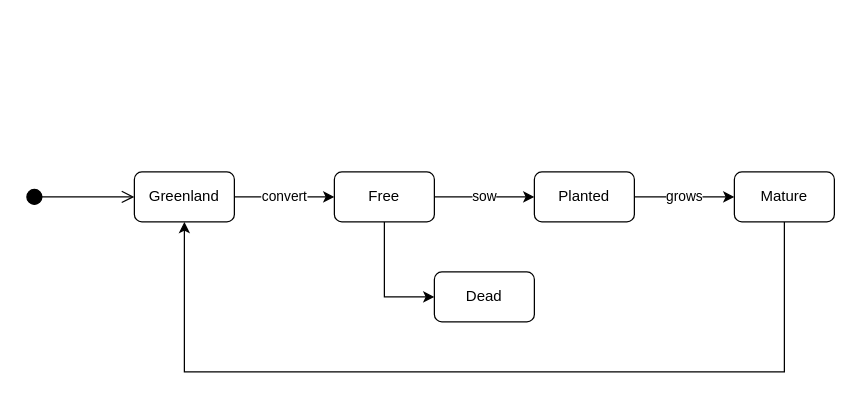
The draw.io diagram Tiles.drawio in JakobKrug/DrawIO, before the edit. Source tidied: cells renumbered, new cells numbered last; positions are measured from the earlier drawing's top-left corner, leaving out a move shared by most shapes. Both pictures are drawn from the tidied source at 125%, with x=0, y=0 at pixel (21, 171).
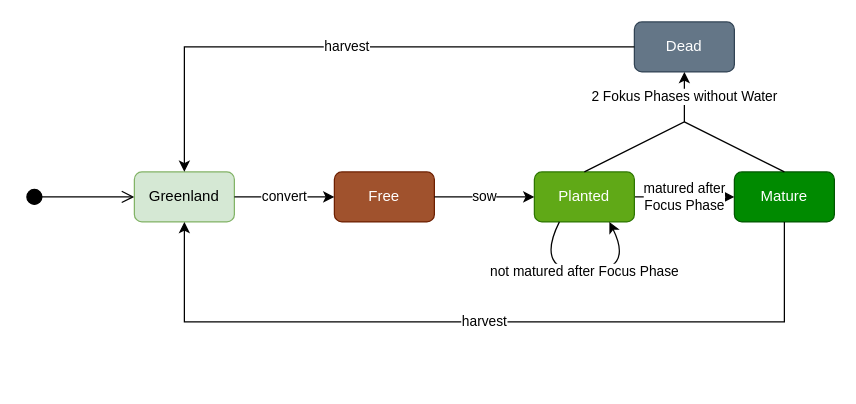
The same page after the edit.

The edit, as a diff of the source:
```diff
@@
-    <mxCell id="4" value="Greenland" style="rounded=1;whiteSpace=wrap;html=1;" parent="1" vertex="1">
+    <mxCell id="4" value="Greenland" style="rounded=1;whiteSpace=wrap;html=1;fillColor=#d5e8d4;strokeColor=#82b366;" parent="1" vertex="1">
       <mxGeometry x="90" width="80" height="40" as="geometry" />
     </mxCell>
-    <mxCell id="5" value="Free" style="rounded=1;whiteSpace=wrap;html=1;" parent="1" vertex="1">
+    <mxCell id="5" value="Free" style="rounded=1;whiteSpace=wrap;html=1;fillColor=#a0522d;fontColor=#ffffff;strokeColor=#6D1F00;" parent="1" vertex="1">
       <mxGeometry x="250" width="80" height="40" as="geometry" />
     </mxCell>
-    <mxCell id="6" value="Mature" style="rounded=1;whiteSpace=wrap;html=1;" parent="1" vertex="1">
+    <mxCell id="6" value="Mature" style="rounded=1;whiteSpace=wrap;html=1;fillColor=#008a00;fontColor=#ffffff;strokeColor=#005700;" parent="1" vertex="1">
       <mxGeometry x="570" width="80" height="40" as="geometry" />
     </mxCell>
@@
-    <mxCell id="8" value="grows" style="endArrow=classic;html=1;rounded=0;exitX=1;exitY=0.5;exitDx=0;exitDy=0;entryX=0;entryY=0.5;entryDx=0;entryDy=0;" parent="1" edge="1" source="9" target="6">
+    <mxCell id="8" value="matured after&lt;br&gt;Focus Phase" style="endArrow=classic;html=1;rounded=0;exitX=1;exitY=0.5;exitDx=0;exitDy=0;entryX=0;entryY=0.5;entryDx=0;entryDy=0;" parent="1" edge="1" source="9" target="6">
       <mxGeometry relative="1" as="geometry" />
     </mxCell>
-    <mxCell id="9" value="Planted" style="rounded=1;whiteSpace=wrap;html=1;" parent="1" vertex="1">
+    <mxCell id="9" value="Planted" style="rounded=1;whiteSpace=wrap;html=1;fillColor=#60a917;fontColor=#ffffff;strokeColor=#2D7600;" parent="1" vertex="1">
       <mxGeometry x="410" width="80" height="40" as="geometry" />
     </mxCell>
@@
-    <mxCell id="11" style="endArrow=classic;html=1;rounded=0;exitX=0.5;exitY=1;exitDx=0;exitDy=0;entryX=0.5;entryY=1;entryDx=0;entryDy=0;" parent="1" edge="1" source="6" target="4">
+    <mxCell id="11" value="harvest" style="endArrow=classic;html=1;rounded=0;exitX=0.5;exitY=1;exitDx=0;exitDy=0;entryX=0.5;entryY=1;entryDx=0;entryDy=0;" parent="1" edge="1" source="6" target="4">
       <mxGeometry relative="1" as="geometry">
         <Array as="points">
-          <mxPoint x="610" y="160" />
-          <mxPoint x="130" y="160" />
+          <mxPoint x="610" y="120" />
+          <mxPoint x="130" y="120" />
         </Array>
       </mxGeometry>
     </mxCell>
-    <mxCell id="12" value="Dead" style="rounded=1;whiteSpace=wrap;html=1;" parent="1" vertex="1">
-      <mxGeometry x="330" y="80" width="80" height="40" as="geometry" />
+    <mxCell id="12" value="Dead" style="rounded=1;whiteSpace=wrap;html=1;fillColor=#647687;fontColor=#ffffff;strokeColor=#314354;" parent="1" vertex="1">
+      <mxGeometry x="490" y="-120" width="80" height="40" as="geometry" />
     </mxCell>
-    <mxCell id="13" style="endArrow=classic;html=1;rounded=0;exitX=0.5;exitY=1;exitDx=0;exitDy=0;entryX=0;entryY=0.5;entryDx=0;entryDy=0;" parent="1" edge="1" source="5" target="12">
-      <mxGeometry relative="1" as="geometry">
-        <Array as="points">
-          <mxPoint x="290" y="100" />
-        </Array>
-      </mxGeometry>
-    </mxCell>
+    <mxCell id="14" value="2 Fokus Phases without Water" style="endArrow=classic;html=1;rounded=0;exitX=0.5;exitY=0;exitDx=0;exitDy=0;entryX=0.5;entryY=1;entryDx=0;entryDy=0;" parent="1" edge="1" source="9" target="12">
+      <mxGeometry x="0.69" relative="1" as="geometry">
+        <Array as="points">
+          <mxPoint x="530" y="-40" />
+        </Array>
+      </mxGeometry>
+    </mxCell>
+    <mxCell id="15" style="endArrow=none;html=1;rounded=0;entryX=0.5;entryY=0;entryDx=0;entryDy=0;" parent="1" edge="1" target="6">
+      <mxGeometry relative="1" as="geometry">
+        <mxPoint x="530" y="-40" as="sourcePoint" />
+      </mxGeometry>
+    </mxCell>
+    <mxCell id="16" value="harvest" style="endArrow=classic;html=1;rounded=0;entryX=0.5;entryY=0;entryDx=0;entryDy=0;exitX=0;exitY=0.5;exitDx=0;exitDy=0;" parent="1" edge="1" source="12" target="4">
+      <mxGeometry relative="1" as="geometry">
+        <Array as="points">
+          <mxPoint x="130" y="-100" />
+        </Array>
+      </mxGeometry>
+    </mxCell>
+    <mxCell id="17" value="not matured after Focus Phase" style="curved=1;endArrow=classic;html=1;rounded=0;exitX=0.25;exitY=1;exitDx=0;exitDy=0;entryX=0.75;entryY=1;entryDx=0;entryDy=0;" parent="1" edge="1" source="9" target="9">
+      <mxGeometry relative="1" as="geometry">
+        <Array as="points">
+          <mxPoint x="410" y="80" />
+          <mxPoint x="490" y="80" />
+        </Array>
+      </mxGeometry>
+    </mxCell>
```
